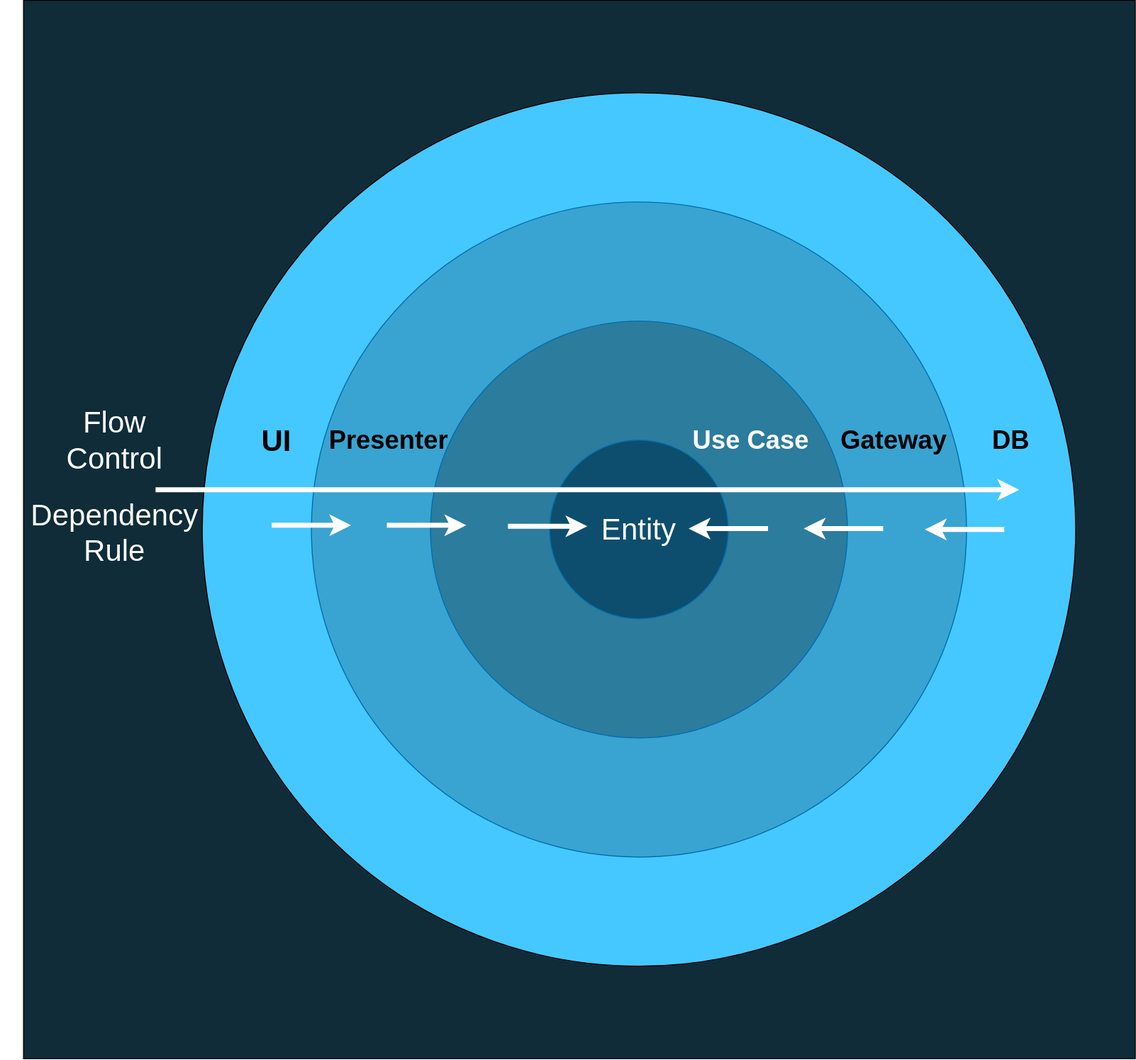
The draw.io diagram diagrams/images/caFlowControlDependencyRule.svg in AlexanderLapygin/dependency-inversion-slides, before a commit. Source tidied: cells renumbered, new cells last; positions are measured from the earlier drawing's top-left corner, leaving out a move shared by most shapes.
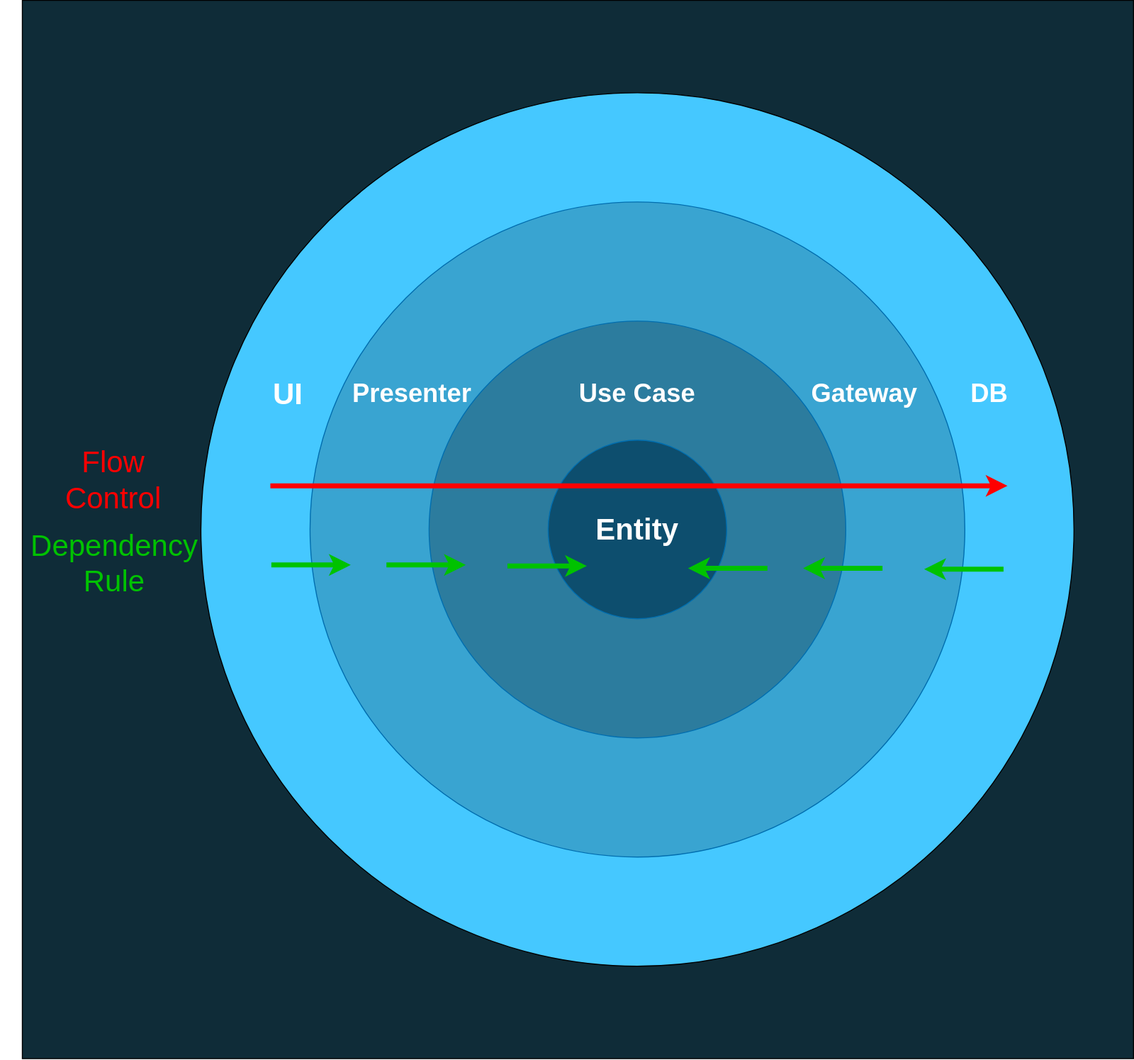
The same diagram one commit later.

Diff of the diagram source:
```diff
@@ -14,70 +14,70 @@
     <mxCell id="5" style="ellipse;whiteSpace=wrap;html=1;fillColor=#2C7C9E;fontSize=30;labelPosition=center;verticalLabelPosition=top;align=center;verticalAlign=bottom;strokeColor=#006EAF;fontColor=#ffffff;" parent="1" vertex="1">
       <mxGeometry x="433" y="323" width="420" height="420" as="geometry" />
     </mxCell>
-    <mxCell id="6" value="Entity" style="ellipse;whiteSpace=wrap;html=1;fillColor=#0D4E6E;fontSize=30;fontStyle=0;strokeColor=#006EAF;fontColor=#ffffff;" parent="1" vertex="1">
+    <mxCell id="6" value="Entity" style="ellipse;whiteSpace=wrap;html=1;fillColor=#0D4E6E;fontSize=30;fontStyle=1;strokeColor=#006EAF;fontColor=#ffffff;" parent="1" vertex="1">
       <mxGeometry x="553" y="443" width="180" height="180" as="geometry" />
     </mxCell>
     <mxCell id="7" value="Use Case" style="text;html=1;strokeColor=none;fillColor=none;align=center;verticalAlign=middle;whiteSpace=wrap;rounded=0;fontSize=26;fontStyle=1;fontColor=#FFFFFF;" parent="1" vertex="1">
-      <mxGeometry x="671" y="408" width="170" height="70" as="geometry" />
+      <mxGeometry x="558" y="361" width="170" height="70" as="geometry" />
     </mxCell>
-    <mxCell id="8" value="Presenter" style="text;html=1;strokeColor=none;fillColor=none;align=center;verticalAlign=middle;whiteSpace=wrap;rounded=0;fontSize=26;fontStyle=1;fontColor=#000000;" parent="1" vertex="1">
-      <mxGeometry x="306" y="403" width="170" height="80" as="geometry" />
+    <mxCell id="8" value="Presenter" style="text;html=1;strokeColor=none;fillColor=none;align=center;verticalAlign=middle;whiteSpace=wrap;rounded=0;fontSize=26;fontStyle=1;fontColor=#FFFFFF;" parent="1" vertex="1">
+      <mxGeometry x="331" y="356" width="170" height="80" as="geometry" />
     </mxCell>
-    <mxCell id="9" value="Gateway" style="text;html=1;strokeColor=none;fillColor=none;align=center;verticalAlign=middle;whiteSpace=wrap;rounded=0;fontSize=26;fontStyle=1;fontColor=#000000;" parent="1" vertex="1">
-      <mxGeometry x="841" y="403" width="118" height="80" as="geometry" />
+    <mxCell id="9" value="Gateway" style="text;html=1;strokeColor=none;fillColor=none;align=center;verticalAlign=middle;whiteSpace=wrap;rounded=0;fontSize=26;fontStyle=1;fontColor=#FFFFFF;" parent="1" vertex="1">
+      <mxGeometry x="813" y="356" width="118" height="80" as="geometry" />
     </mxCell>
-    <mxCell id="10" value="DB" style="text;html=1;strokeColor=none;fillColor=none;align=center;verticalAlign=middle;whiteSpace=wrap;rounded=0;fontSize=26;fontStyle=1;" parent="1" vertex="1">
-      <mxGeometry x="963" y="418" width="110" height="50" as="geometry" />
+    <mxCell id="10" value="DB" style="text;html=1;strokeColor=none;fillColor=none;align=center;verticalAlign=middle;whiteSpace=wrap;rounded=0;fontSize=26;fontStyle=1;fontColor=#FFFFFF;" parent="1" vertex="1">
+      <mxGeometry x="943" y="371" width="110" height="50" as="geometry" />
     </mxCell>
-    <mxCell id="11" value="UI" style="text;html=1;strokeColor=none;fillColor=none;align=center;verticalAlign=middle;whiteSpace=wrap;rounded=0;fontSize=30;fontStyle=1;" parent="1" vertex="1">
-      <mxGeometry x="193" y="403" width="170" height="80" as="geometry" />
+    <mxCell id="11" value="UI" style="text;html=1;strokeColor=none;fillColor=none;align=center;verticalAlign=middle;whiteSpace=wrap;rounded=0;fontSize=30;fontStyle=1;fontColor=#FFFFFF;" parent="1" vertex="1">
+      <mxGeometry x="251" y="356" width="80" height="80" as="geometry" />
     </mxCell>
-    <mxCell id="12" style="endArrow=classic;html=1;fontSize=30;endFill=1;strokeWidth=5;strokeColor=#FFFFFF;" parent="1" edge="1">
+    <mxCell id="12" style="endArrow=classic;html=1;fontSize=30;endFill=1;strokeWidth=5;strokeColor=#00C200;" parent="1" edge="1">
       <mxGeometry relative="1" as="geometry">
-        <mxPoint x="773" y="532" as="sourcePoint" />
-        <mxPoint x="693" y="532" as="targetPoint" />
+        <mxPoint x="774" y="572" as="sourcePoint" />
+        <mxPoint x="694" y="572" as="targetPoint" />
       </mxGeometry>
     </mxCell>
-    <mxCell id="13" style="endArrow=classic;html=1;fontSize=30;endFill=1;strokeWidth=5;strokeColor=#FFFFFF;" parent="1" edge="1">
+    <mxCell id="13" style="endArrow=classic;html=1;fontSize=30;endFill=1;strokeWidth=5;strokeColor=#00C200;" parent="1" edge="1">
       <mxGeometry relative="1" as="geometry">
-        <mxPoint x="889" y="532" as="sourcePoint" />
-        <mxPoint x="809" y="532" as="targetPoint" />
+        <mxPoint x="890" y="572" as="sourcePoint" />
+        <mxPoint x="810" y="572" as="targetPoint" />
       </mxGeometry>
     </mxCell>
-    <mxCell id="14" style="endArrow=classic;html=1;fontSize=30;endFill=1;strokeWidth=5;strokeColor=#FFFFFF;" parent="1" edge="1">
+    <mxCell id="14" style="endArrow=classic;html=1;fontSize=30;endFill=1;strokeWidth=5;strokeColor=#00C200;" parent="1" edge="1">
       <mxGeometry relative="1" as="geometry">
-        <mxPoint x="1011" y="533" as="sourcePoint" />
-        <mxPoint x="931" y="533" as="targetPoint" />
+        <mxPoint x="1012" y="573" as="sourcePoint" />
+        <mxPoint x="932" y="573" as="targetPoint" />
       </mxGeometry>
     </mxCell>
-    <mxCell id="15" value="Dependency Rule" style="text;html=1;strokeColor=none;fillColor=none;align=center;verticalAlign=middle;whiteSpace=wrap;rounded=0;fontSize=30;fontStyle=0;fontColor=#FFFFFF;" parent="1" vertex="1">
-      <mxGeometry y="496" width="230" height="80" as="geometry" />
+    <mxCell id="15" value="Dependency Rule" style="text;html=1;strokeColor=none;fillColor=none;align=center;verticalAlign=middle;whiteSpace=wrap;rounded=0;fontSize=30;fontStyle=0;fontColor=#00C200;" parent="1" vertex="1">
+      <mxGeometry x="1" y="527" width="230" height="80" as="geometry" />
     </mxCell>
-    <mxCell id="16" style="endArrow=classic;html=1;strokeColor=#FFFFFF;strokeWidth=5;fontSize=30;fontColor=#FFFFFF;endFill=0;startArrow=none;startFill=0;" parent="1" edge="1">
+    <mxCell id="16" style="endArrow=classic;html=1;strokeColor=#FF0000;strokeWidth=5;fontSize=30;fontColor=#FFFFFF;endFill=0;startArrow=none;startFill=0;" parent="1" edge="1">
       <mxGeometry relative="1" as="geometry">
-        <mxPoint x="156" y="493" as="sourcePoint" />
-        <mxPoint x="1026" y="493" as="targetPoint" />
+        <mxPoint x="273" y="489" as="sourcePoint" />
+        <mxPoint x="1016" y="489" as="targetPoint" />
       </mxGeometry>
     </mxCell>
-    <mxCell id="17" value="Flow&lt;br&gt;Control" style="text;html=1;strokeColor=none;fillColor=none;align=center;verticalAlign=middle;whiteSpace=wrap;rounded=0;fontSize=30;fontStyle=0;fontColor=#FFFFFF;" parent="1" vertex="1">
-      <mxGeometry x="50" y="403" width="130" height="80" as="geometry" />
+    <mxCell id="17" value="Flow&lt;br&gt;Control" style="text;html=1;strokeColor=none;fillColor=none;align=center;verticalAlign=middle;whiteSpace=wrap;rounded=0;fontSize=30;fontStyle=0;fontColor=#FF0000;" parent="1" vertex="1">
+      <mxGeometry x="50" y="443" width="130" height="80" as="geometry" />
     </mxCell>
-    <mxCell id="18" style="endArrow=none;html=1;fontSize=30;endFill=0;strokeWidth=5;strokeColor=#FFFFFF;startArrow=classic;startFill=0;" parent="1" edge="1">
+    <mxCell id="18" style="endArrow=none;html=1;fontSize=30;endFill=0;strokeWidth=5;strokeColor=#00C200;startArrow=classic;startFill=0;" parent="1" edge="1">
       <mxGeometry relative="1" as="geometry">
-        <mxPoint x="353" y="528.7" as="sourcePoint" />
-        <mxPoint x="273" y="528.7" as="targetPoint" />
+        <mxPoint x="354" y="568.7" as="sourcePoint" />
+        <mxPoint x="274" y="568.7" as="targetPoint" />
       </mxGeometry>
     </mxCell>
-    <mxCell id="19" style="endArrow=none;html=1;fontSize=30;endFill=0;strokeWidth=5;strokeColor=#FFFFFF;startArrow=classic;startFill=0;" parent="1" edge="1">
+    <mxCell id="19" style="endArrow=none;html=1;fontSize=30;endFill=0;strokeWidth=5;strokeColor=#00C200;startArrow=classic;startFill=0;" parent="1" edge="1">
       <mxGeometry relative="1" as="geometry">
-        <mxPoint x="469" y="528.7" as="sourcePoint" />
-        <mxPoint x="389" y="528.7" as="targetPoint" />
+        <mxPoint x="470" y="568.7" as="sourcePoint" />
+        <mxPoint x="390" y="568.7" as="targetPoint" />
       </mxGeometry>
     </mxCell>
-    <mxCell id="20" style="endArrow=none;html=1;fontSize=30;endFill=0;strokeWidth=5;strokeColor=#FFFFFF;startArrow=classic;startFill=0;" parent="1" edge="1">
+    <mxCell id="20" style="endArrow=none;html=1;fontSize=30;endFill=0;strokeWidth=5;strokeColor=#00C200;startArrow=classic;startFill=0;" parent="1" edge="1">
       <mxGeometry relative="1" as="geometry">
-        <mxPoint x="591" y="529.7" as="sourcePoint" />
-        <mxPoint x="511" y="529.7" as="targetPoint" />
+        <mxPoint x="592" y="569.7" as="sourcePoint" />
+        <mxPoint x="512" y="569.7" as="targetPoint" />
       </mxGeometry>
     </mxCell>
   </root>
```
